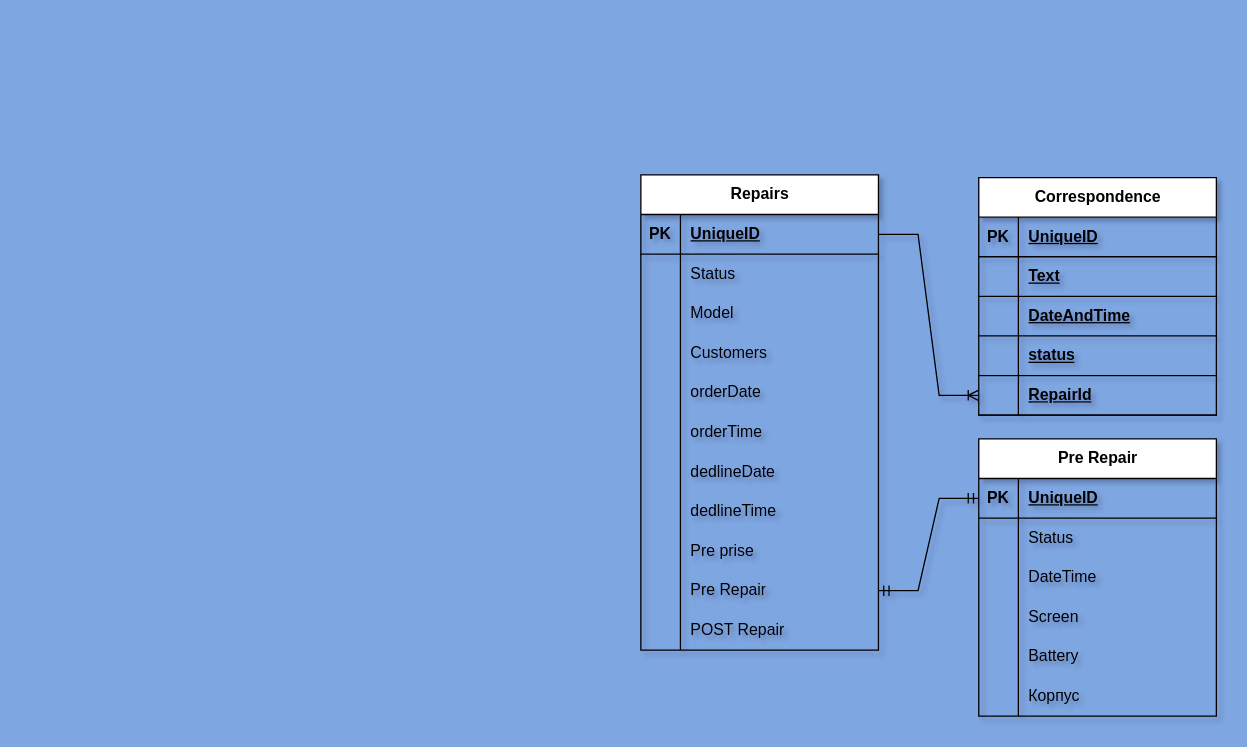
The draw.io diagram diagrams/DB.drawio in SergZels/mobilesRepair, before the edit. Source tidied: cells renumbered, new cells numbered last; positions are measured from the earlier drawing's top-left corner, leaving out a move shared by most shapes. Both pictures are drawn from the tidied source at 132%, with x=0, y=0 at pixel (640, 174).
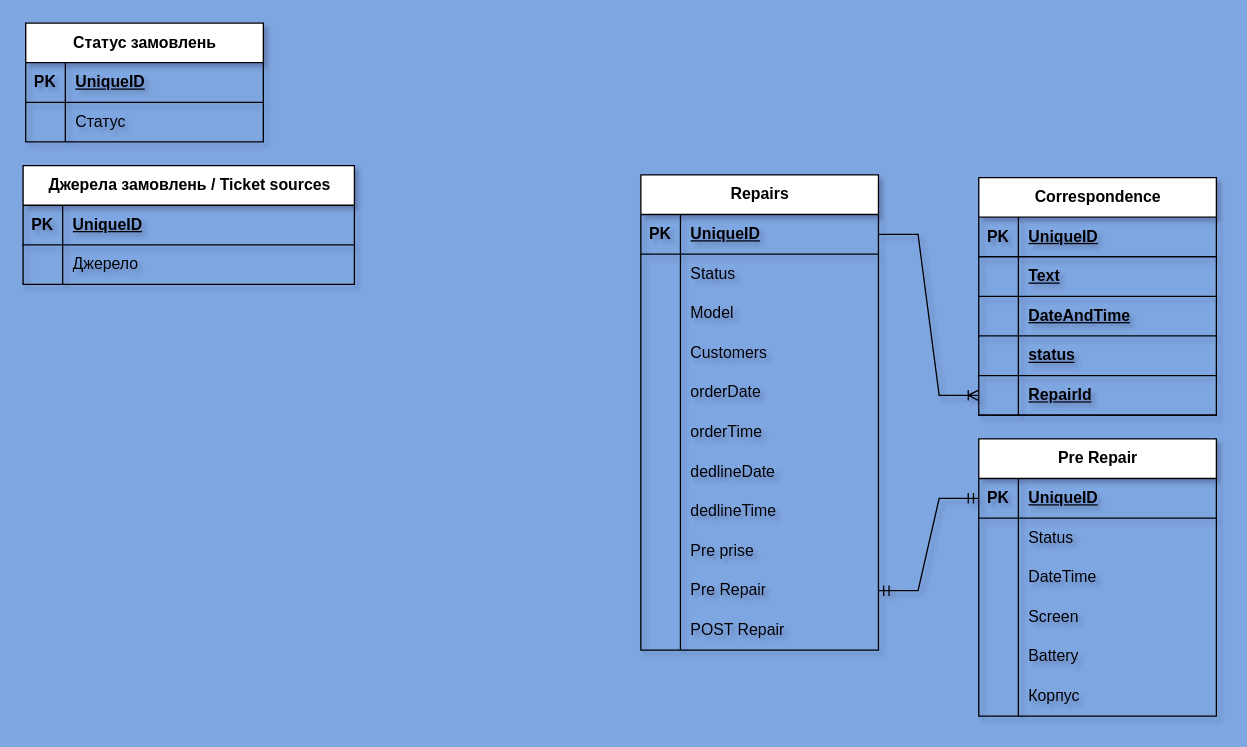
Above is the later version.

Diff of the diagram source:
```diff
@@
+    <mxCell id="73" value="Статус замовлень" style="shape=table;startSize=30;childLayout=tableLayout;rowLines=0;fontStyle=1;align=center;html=1;" parent="1" vertex="1">
+      <mxGeometry x="-466" y="-115" width="180" height="90" as="geometry" />
+    </mxCell>
+    <mxCell id="74" style="shape=tableRow;horizontal=0;startSize=0;swimlaneHead=0;swimlaneBody=0;fillColor=none;top=0;left=0;right=0;bottom=1;" parent="73" vertex="1">
+      <mxGeometry y="30" width="180" height="30" as="geometry" />
+    </mxCell>
+    <mxCell id="75" value="PK" style="shape=partialRectangle;fillColor=none;top=0;left=0;bottom=0;right=0;fontStyle=1;overflow=hidden;whiteSpace=wrap;html=1;" parent="74" vertex="1">
+      <mxGeometry width="30" height="30" as="geometry" />
+    </mxCell>
+    <mxCell id="76" value="UniqueID" style="shape=partialRectangle;fillColor=none;top=0;left=0;bottom=0;right=0;align=left;spacingLeft=6;fontStyle=5;overflow=hidden;whiteSpace=wrap;html=1;" parent="74" vertex="1">
+      <mxGeometry x="30" width="150" height="30" as="geometry" />
+    </mxCell>
+    <mxCell id="77" style="shape=tableRow;horizontal=0;startSize=0;swimlaneHead=0;swimlaneBody=0;fillColor=none;top=0;left=0;right=0;bottom=0;" parent="73" vertex="1">
+      <mxGeometry y="60" width="180" height="30" as="geometry" />
+    </mxCell>
+    <mxCell id="78" style="shape=partialRectangle;fillColor=none;top=0;left=0;bottom=0;right=0;overflow=hidden;whiteSpace=wrap;html=1;" parent="77" vertex="1">
+      <mxGeometry width="30" height="30" as="geometry" />
+    </mxCell>
+    <mxCell id="79" value="Статус" style="shape=partialRectangle;fillColor=none;top=0;left=0;bottom=0;right=0;align=left;spacingLeft=6;overflow=hidden;whiteSpace=wrap;html=1;" parent="77" vertex="1">
+      <mxGeometry x="30" width="150" height="30" as="geometry" />
+    </mxCell>
+    <mxCell id="80" value="&lt;b&gt;Джерела замовлень / Ticket sources&lt;/b&gt;" style="shape=table;startSize=30;childLayout=tableLayout;rowLines=0;fontStyle=1;align=center;html=1;" parent="1" vertex="1">
+      <mxGeometry x="-468" y="-7" width="251" height="90" as="geometry" />
+    </mxCell>
+    <mxCell id="81" style="shape=tableRow;horizontal=0;startSize=0;swimlaneHead=0;swimlaneBody=0;fillColor=none;top=0;left=0;right=0;bottom=1;" parent="80" vertex="1">
+      <mxGeometry y="30" width="251" height="30" as="geometry" />
+    </mxCell>
+    <mxCell id="82" value="PK" style="shape=partialRectangle;fillColor=none;top=0;left=0;bottom=0;right=0;fontStyle=1;overflow=hidden;whiteSpace=wrap;html=1;" parent="81" vertex="1">
+      <mxGeometry width="30" height="30" as="geometry" />
+    </mxCell>
+    <mxCell id="83" value="UniqueID" style="shape=partialRectangle;fillColor=none;top=0;left=0;bottom=0;right=0;align=left;spacingLeft=6;fontStyle=5;overflow=hidden;whiteSpace=wrap;html=1;" parent="81" vertex="1">
+      <mxGeometry x="30" width="221" height="30" as="geometry" />
+    </mxCell>
+    <mxCell id="84" style="shape=tableRow;horizontal=0;startSize=0;swimlaneHead=0;swimlaneBody=0;fillColor=none;top=0;left=0;right=0;bottom=0;" parent="80" vertex="1">
+      <mxGeometry y="60" width="251" height="30" as="geometry" />
+    </mxCell>
+    <mxCell id="85" style="shape=partialRectangle;fillColor=none;top=0;left=0;bottom=0;right=0;overflow=hidden;whiteSpace=wrap;html=1;" parent="84" vertex="1">
+      <mxGeometry width="30" height="30" as="geometry" />
+    </mxCell>
+    <mxCell id="86" value="Джерело" style="shape=partialRectangle;fillColor=none;top=0;left=0;bottom=0;right=0;align=left;spacingLeft=6;overflow=hidden;whiteSpace=wrap;html=1;" parent="84" vertex="1">
+      <mxGeometry x="30" width="221" height="30" as="geometry" />
+    </mxCell>
```
